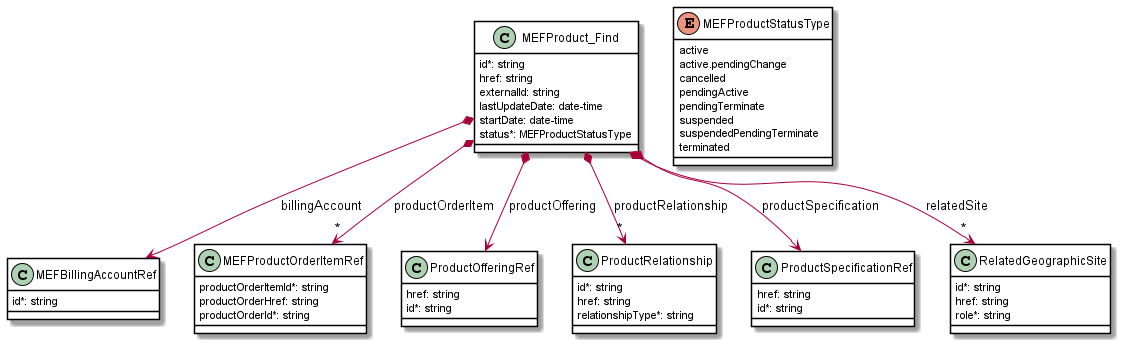
Earlier version of the PlantUML export documentation/productApi/inventory/media/useCase1Model.png (MEF-GIT/MEF-LSO-Sonata-SDK). Source of this version:
```plantuml
@startuml
skinparam {
    ClassBackgroundColor White
    ClassBorderColor Black
}


class MEFBillingAccountRef {

    id*: string
}


class MEFProductOrderItemRef {

    productOrderItemId*: string
    productOrderHref: string
    productOrderId*: string
}



class MEFProduct_Find {

    id*: string
    href: string
    externalId: string
    lastUpdateDate: date-time
    startDate: date-time
    status*: MEFProductStatusType
}

MEFProduct_Find *--> MEFBillingAccountRef : billingAccount
MEFProduct_Find *--> ProductOfferingRef : productOffering
MEFProduct_Find *-->"*" MEFProductOrderItemRef : productOrderItem
MEFProduct_Find *-->"*" ProductRelationship : productRelationship
MEFProduct_Find *--> ProductSpecificationRef : productSpecification
MEFProduct_Find *-->"*" RelatedGeographicSite : relatedSite

class ProductSpecificationRef {

    href: string
    id*: string
}



class RelatedGeographicSite {

    id*: string
    href: string
    role*: string
}



enum MEFProductStatusType {

    active
    active.pendingChange
    cancelled
    pendingActive
    pendingTerminate
    suspended
    suspendedPendingTerminate
    terminated
}

class ProductOfferingRef {

    href: string
    id*: string
}




class ProductRelationship {

    id*: string
    href: string
    relationshipType*: string
}



@enduml
```
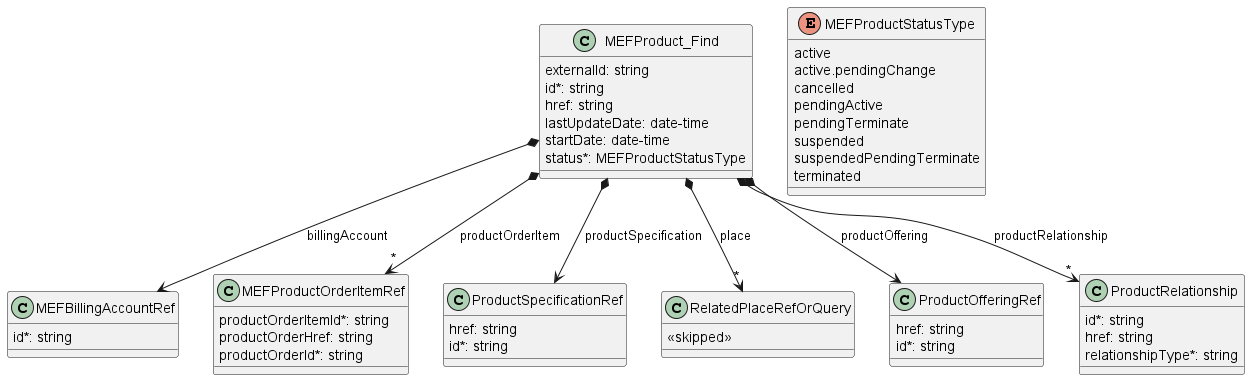
The same diagram one commit later.

What changed in the source:
```diff
@@ -1,8 +1,4 @@
 @startuml
-skinparam {
-    ClassBackgroundColor White
-    ClassBorderColor Black
-}
 
 
 class MEFBillingAccountRef {
@@ -22,34 +18,25 @@
 
 class MEFProduct_Find {
 
+    externalId: string
     id*: string
     href: string
-    externalId: string
     lastUpdateDate: date-time
     startDate: date-time
     status*: MEFProductStatusType
 }
 
+MEFProduct_Find *--> ProductSpecificationRef : productSpecification
+MEFProduct_Find *-->"*" RelatedPlaceRefOrQuery : place
+MEFProduct_Find *--> ProductOfferingRef : productOffering
+MEFProduct_Find *-->"*" ProductRelationship : productRelationship
 MEFProduct_Find *--> MEFBillingAccountRef : billingAccount
-MEFProduct_Find *--> ProductOfferingRef : productOffering
 MEFProduct_Find *-->"*" MEFProductOrderItemRef : productOrderItem
-MEFProduct_Find *-->"*" ProductRelationship : productRelationship
-MEFProduct_Find *--> ProductSpecificationRef : productSpecification
-MEFProduct_Find *-->"*" RelatedGeographicSite : relatedSite
 
 class ProductSpecificationRef {
 
     href: string
     id*: string
-}
-
-
-
-class RelatedGeographicSite {
-
-    id*: string
-    href: string
-    role*: string
 }
 
 
@@ -81,6 +68,10 @@
     href: string
     relationshipType*: string
 }
+class RelatedPlaceRefOrQuery {
+
+    <<skipped>>
+}
 
 
 
```
